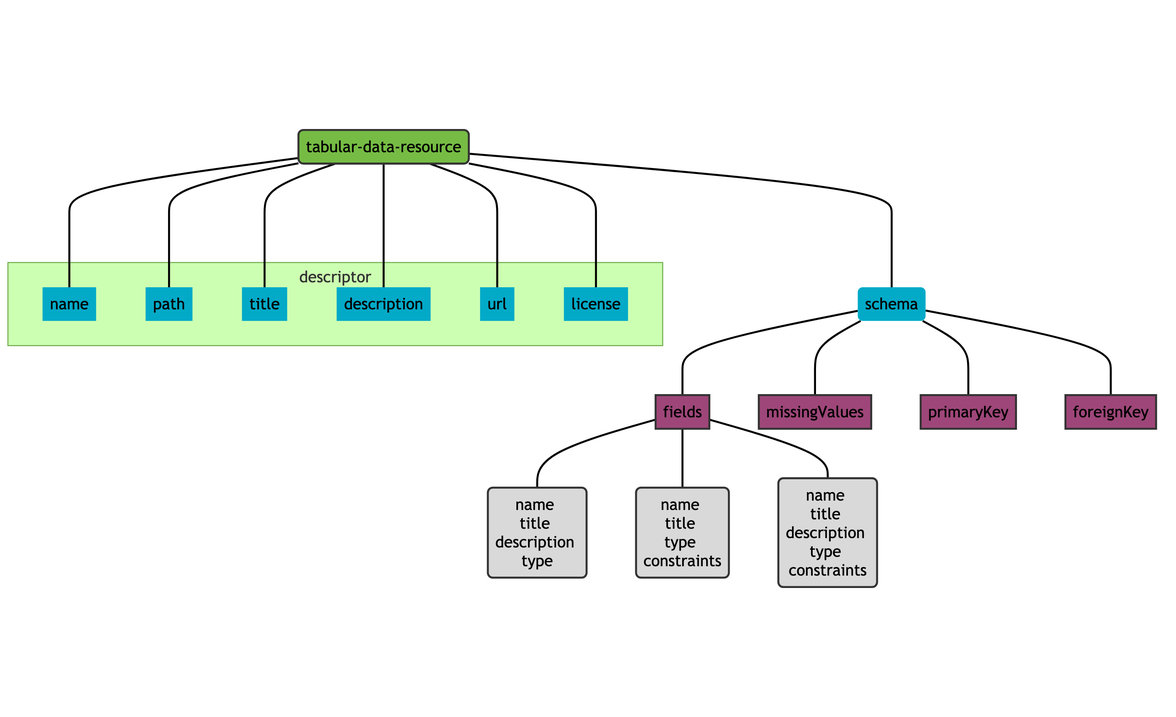
This is vignettes/codec_metadata.png from geomarker-io/codec, a Mermaid export, as it was before one commit. Its source is kept beside it as vignettes/codec_metadata.mmd. Source of this version:
```mermaid
flowchart TB

  classDef I fill:#76BC44,stroke:#333,stroke-width:2px;
  classDef II fill:#02AAC8,stroke:#,stroke-width:0px;
  classDef III fill:#9E4679,stroke:#333,stroke-width:2px;
  classDef IIII fill:#D9D9D9,stroke:#333,stroke-width:2px;

  tdr(tabular-data-resource):::I
  schema(schema):::II

subgraph properties [descriptor]
    name[name]:::II
    path[path]:::II
    title[title]:::II
    description[description]:::II
    url[url]:::II
    license:::II
end

tdr ---- schema

tdr ---- name
tdr ---- path
tdr ---- title
tdr ---- description
tdr ---- url
tdr --- license

schema --- fields:::III
schema --- missingValues:::III
schema --- primaryKey:::III
schema --- foreignKey:::III

fields --- field_name_1(name \n title \n description \n type):::IIII
fields --- field_name_2(name \n title \n type \n constraints):::IIII
fields --- field_name_3(name \n title \n description \n type \n constraints):::IIII
```
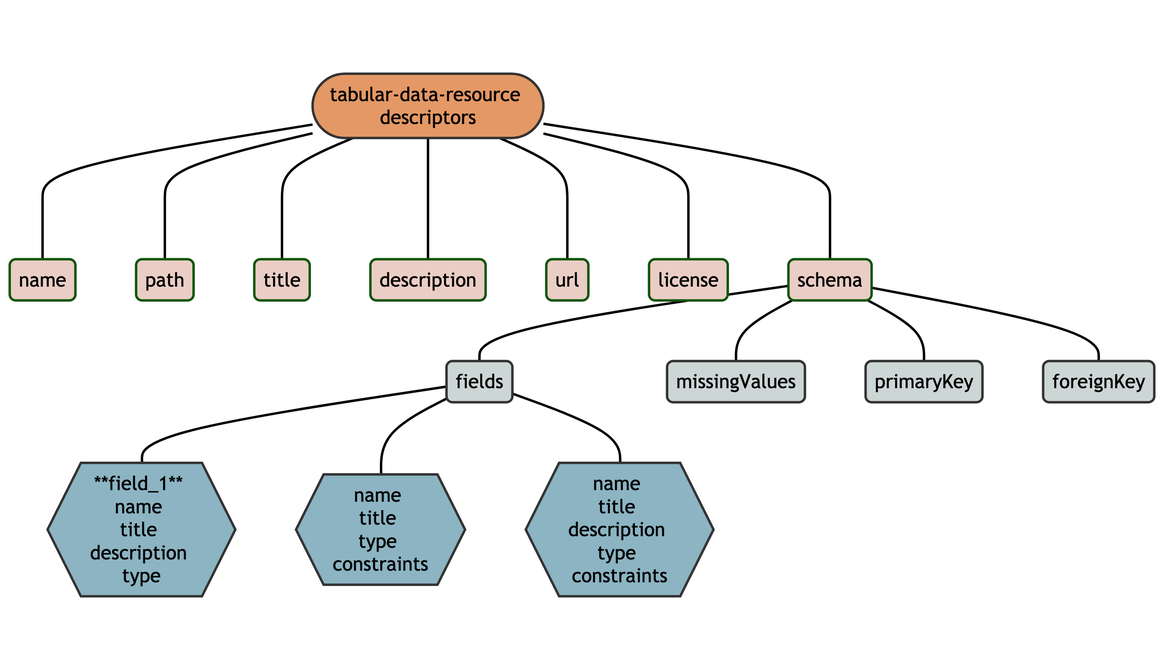
After the change.

Diff of the diagram source:
```diff
@@ -1,21 +1,20 @@
 flowchart TB
 
-  classDef I fill:#76BC44,stroke:#333,stroke-width:2px;
-  classDef II fill:#02AAC8,stroke:#,stroke-width:0px;
-  classDef III fill:#9E4679,stroke:#333,stroke-width:2px;
-  classDef IIII fill:#D9D9D9,stroke:#333,stroke-width:2px;
+classDef I fill:#E49865,stroke:#333,stroke-width:2px;
+classDef II fill:#EACEC5,stroke:#,stroke-width:2px;
+classDef III fill:#CBD6D5,stroke:#333,stroke-width:2px;
+classDef IIII fill:#8CB4C3,stroke:#333,stroke-width:2px;
+classDef IV fill:#F6EDDE,stroke:#333,stroke-width:2px;
 
-  tdr(tabular-data-resource):::I
-  schema(schema):::II
+tdr([tabular-data-resource \n descriptors]):::I
 
-subgraph properties [descriptor]
-    name[name]:::II
-    path[path]:::II
-    title[title]:::II
-    description[description]:::II
-    url[url]:::II
-    license:::II
-end
+name(name):::II
+path(path):::II
+title(title):::II
+description(description):::II
+url(url):::II
+license(license):::II
+schema(schema):::II
 
 tdr ---- schema
 
@@ -24,13 +23,13 @@
 tdr ---- title
 tdr ---- description
 tdr ---- url
-tdr --- license
+tdr ---- license
 
-schema --- fields:::III
-schema --- missingValues:::III
-schema --- primaryKey:::III
-schema --- foreignKey:::III
+schema --- fields(fields):::III
+schema --- missingValues(missingValues):::III
+schema --- primaryKey(primaryKey):::III
+schema --- foreignKey(foreignKey):::III
 
-fields --- field_name_1(name \n title \n description \n type):::IIII
-fields --- field_name_2(name \n title \n type \n constraints):::IIII
-fields --- field_name_3(name \n title \n description \n type \n constraints):::IIII
+fields --- field_name_1{{**field_1** \n name \n title \n description \n type}}:::IIII
+fields --- field_name_2{{name \n title \n type \n constraints}}:::IIII
+fields --- field_name_3{{name \n title \n description \n type \n constraints}}:::IIII
```
